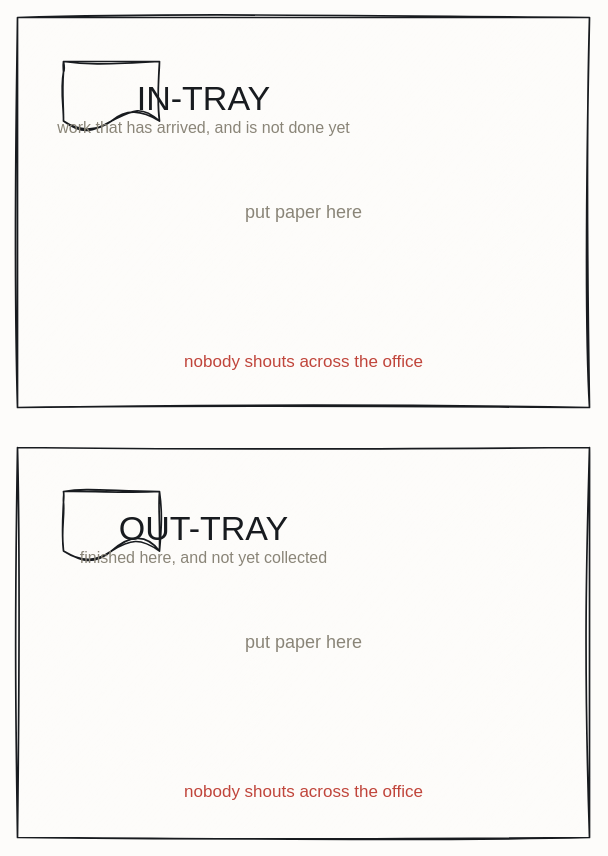
The draw.io diagram resources/paper-tray-sheets.drawio in iancooper/practical-messaging, before the edit. Source tidied: cells renumbered, new cells numbered last; positions are measured from the earlier drawing's top-left corner, leaving out a move shared by most shapes. Both pictures are drawn from the tidied source at 100%, with x=0, y=0 at pixel (17, 17).
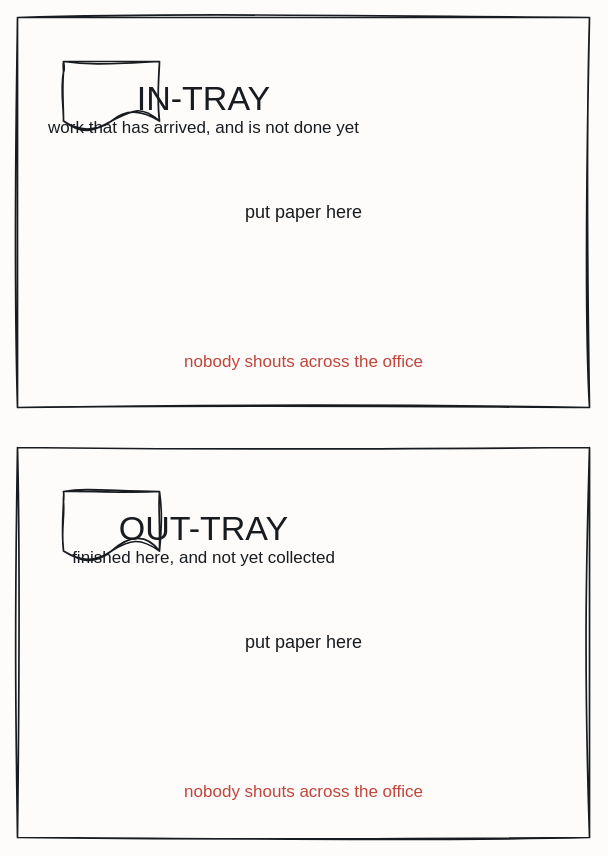
The same page after the edit.

What changed in the source:
```diff
@@
 <mxGraphModel background="#FDFCFA">
   <root>
     <mxCell id="0" />
     <mxCell id="1" parent="0" />
     <mxCell id="2" style="sketch=1;hachureGap=4;jiggle=2;curveFitting=1;fontFamily=Caveat;html=1;rounded=0;verticalLabelPosition=top;verticalAlign=bottom;strokeColor=#181B1F;strokeWidth=1.7;fillColor=#FDFCFA;fontColor=#181B1F;fontSize=14;" parent="1" vertex="1">
       <mxGeometry width="572" height="390" as="geometry" />
     </mxCell>
     <mxCell id="3" style="sketch=1;hachureGap=4;jiggle=2;curveFitting=1;fontFamily=Caveat;html=1;shape=document;boundedLbl=1;verticalLabelPosition=bottom;verticalAlign=top;strokeColor=#181B1F;strokeWidth=1.7;fillColor=#FDFCFA;fontColor=#181B1F;fontSize=13;" parent="1" vertex="1">
       <mxGeometry x="46" y="44" width="96" height="70" as="geometry" />
     </mxCell>
     <mxCell id="4" value="IN-TRAY" style="text;html=1;align=center;fontFamily=Caveat;fontSize=34;fontColor=#181B1F;" parent="1" vertex="1">
       <mxGeometry x="126" y="54" width="120" height="20" as="geometry" />
     </mxCell>
-    <mxCell id="5" value="work that has arrived, and is not done yet" style="text;html=1;align=center;fontFamily=Caveat;fontSize=16;fontColor=#8A8578;" parent="1" vertex="1">
+    <mxCell id="5" value="work that has arrived, and is not done yet" style="text;html=1;align=center;fontFamily=Caveat;fontSize=17;fontColor=#181B1F;" parent="1" vertex="1">
       <mxGeometry x="126" y="94" width="120" height="20" as="geometry" />
     </mxCell>
-    <mxCell id="6" value="put paper here" style="text;html=1;align=center;fontFamily=Caveat;fontSize=18;fontColor=#8A8578;" parent="1" vertex="1">
+    <mxCell id="6" value="put paper here" style="text;html=1;align=center;fontFamily=Caveat;fontSize=18;fontColor=#181B1F;" parent="1" vertex="1">
       <mxGeometry x="226" y="178" width="120" height="20" as="geometry" />
     </mxCell>
     <mxCell id="7" value="nobody shouts across the office" style="text;html=1;align=center;fontFamily=Caveat;fontSize=17;fontColor=#C0453B;" parent="1" vertex="1">
       <mxGeometry x="226" y="328" width="120" height="20" as="geometry" />
     </mxCell>
     <mxCell id="8" style="sketch=1;hachureGap=4;jiggle=2;curveFitting=1;fontFamily=Caveat;html=1;rounded=0;verticalLabelPosition=top;verticalAlign=bottom;strokeColor=#181B1F;strokeWidth=1.7;fillColor=#FDFCFA;fontColor=#181B1F;fontSize=14;" parent="1" vertex="1">
       <mxGeometry y="430" width="572" height="390" as="geometry" />
     </mxCell>
     <mxCell id="9" style="sketch=1;hachureGap=4;jiggle=2;curveFitting=1;fontFamily=Caveat;html=1;shape=document;boundedLbl=1;verticalLabelPosition=bottom;verticalAlign=top;strokeColor=#181B1F;strokeWidth=1.7;fillColor=#FDFCFA;fontColor=#181B1F;fontSize=13;" parent="1" vertex="1">
       <mxGeometry x="46" y="474" width="96" height="70" as="geometry" />
     </mxCell>
     <mxCell id="10" value="OUT-TRAY" style="text;html=1;align=center;fontFamily=Caveat;fontSize=34;fontColor=#181B1F;" parent="1" vertex="1">
       <mxGeometry x="126" y="484" width="120" height="20" as="geometry" />
     </mxCell>
-    <mxCell id="11" value="finished here, and not yet collected" style="text;html=1;align=center;fontFamily=Caveat;fontSize=16;fontColor=#8A8578;" parent="1" vertex="1">
+    <mxCell id="11" value="finished here, and not yet collected" style="text;html=1;align=center;fontFamily=Caveat;fontSize=17;fontColor=#181B1F;" parent="1" vertex="1">
       <mxGeometry x="126" y="524" width="120" height="20" as="geometry" />
     </mxCell>
-    <mxCell id="12" value="put paper here" style="text;html=1;align=center;fontFamily=Caveat;fontSize=18;fontColor=#8A8578;" parent="1" vertex="1">
+    <mxCell id="12" value="put paper here" style="text;html=1;align=center;fontFamily=Caveat;fontSize=18;fontColor=#181B1F;" parent="1" vertex="1">
       <mxGeometry x="226" y="608" width="120" height="20" as="geometry" />
     </mxCell>
     <mxCell id="13" value="nobody shouts across the office" style="text;html=1;align=center;fontFamily=Caveat;fontSize=17;fontColor=#C0453B;" parent="1" vertex="1">
       <mxGeometry x="226" y="758" width="120" height="20" as="geometry" />
     </mxCell>
   </root>
 </mxGraphModel>
```
